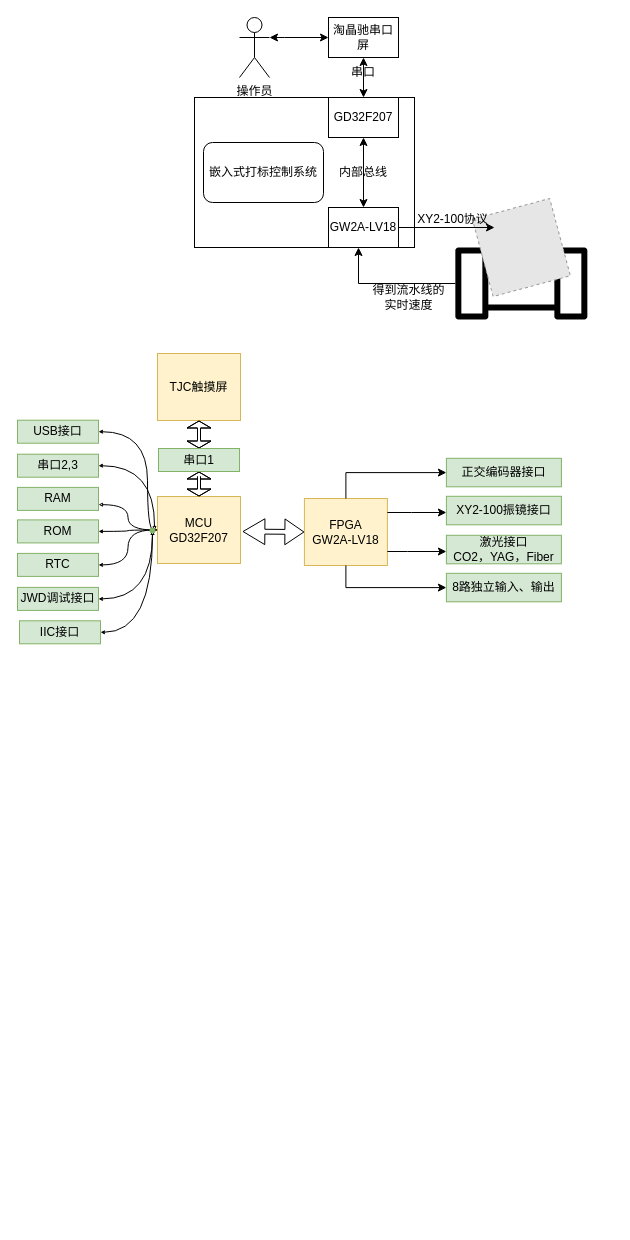
The draw.io diagram img/未命名绘图.drawio in ForestLH/imghost, before the edit. Source tidied: cells renumbered, new cells numbered last; positions are measured from the earlier drawing's top-left corner, leaving out a move shared by most shapes. Both pictures are drawn from the tidied source at 100%, with x=0, y=0 at pixel (17, 17). Pictures stored in the file or linked from it are replaced by grey dashed boxes.
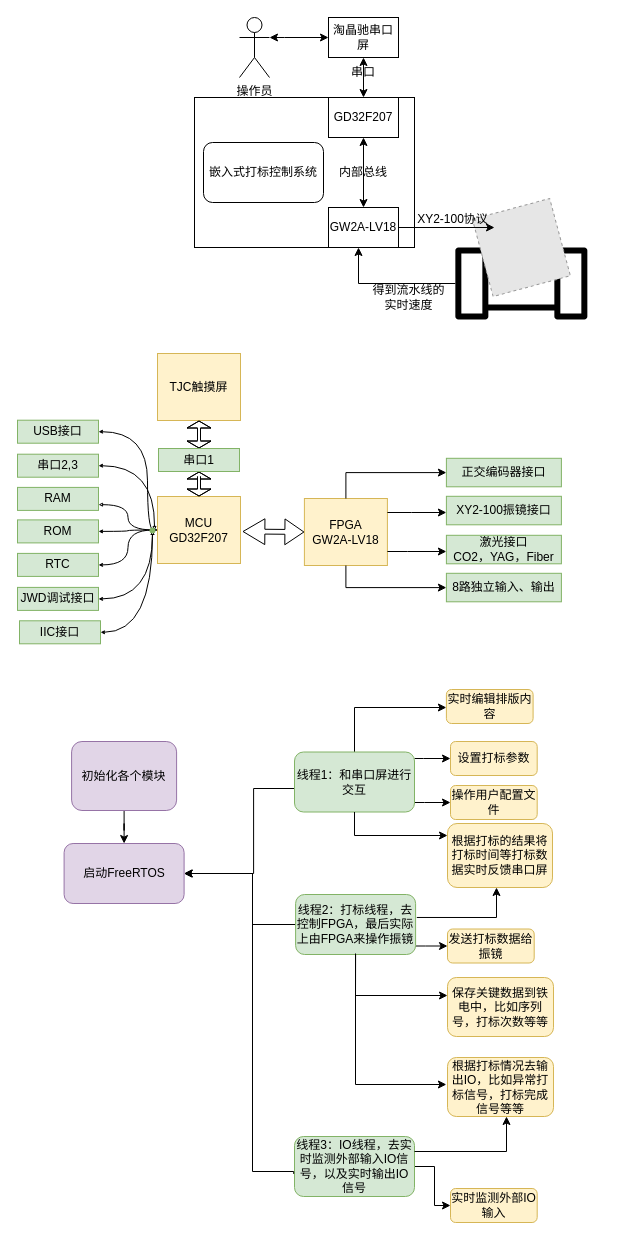
The same page after the edit.

Commit message:
更新未命名绘图.drawio

What changed in the source:
```diff
@@
+    <mxCell id="50" style="edgeStyle=orthogonalEdgeStyle;rounded=0;jettySize=auto;html=1;" parent="1" edge="1" source="51" target="52">
+      <mxGeometry relative="1" as="geometry" />
+    </mxCell>
+    <mxCell id="51" value="初始化各个模块" style="rounded=1;whiteSpace=wrap;html=1;fillColor=#e1d5e7;strokeColor=#9673a6;" parent="1" vertex="1">
+      <mxGeometry x="54.1" y="724" width="105" height="69" as="geometry" />
+    </mxCell>
+    <mxCell id="52" value="启动FreeRTOS" style="whiteSpace=wrap;html=1;fillColor=#e1d5e7;strokeColor=#9673a6;rounded=1;" parent="1" vertex="1">
+      <mxGeometry x="46.6" y="826" width="120" height="60" as="geometry" />
+    </mxCell>
+    <mxCell id="53" style="edgeStyle=orthogonalEdgeStyle;rounded=0;jettySize=auto;html=1;" parent="1" edge="1" source="57" target="52">
+      <mxGeometry relative="1" as="geometry">
+        <Array as="points">
+          <mxPoint x="236.1" y="771" />
+          <mxPoint x="236.1" y="856" />
+        </Array>
+      </mxGeometry>
+    </mxCell>
+    <mxCell id="54" style="edgeStyle=orthogonalEdgeStyle;rounded=0;jettySize=auto;html=1;" parent="1" edge="1" source="57" target="64">
+      <mxGeometry relative="1" as="geometry">
+        <Array as="points">
+          <mxPoint x="337" y="690" />
+        </Array>
+      </mxGeometry>
+    </mxCell>
+    <mxCell id="55" style="edgeStyle=orthogonalEdgeStyle;rounded=0;jettySize=auto;html=1;" parent="1" edge="1" source="57" target="65">
+      <mxGeometry relative="1" as="geometry">
+        <Array as="points">
+          <mxPoint x="406" y="741" />
+          <mxPoint x="406" y="741" />
+        </Array>
+      </mxGeometry>
+    </mxCell>
+    <mxCell id="56" style="edgeStyle=orthogonalEdgeStyle;rounded=0;jettySize=auto;html=1;" parent="1" edge="1" source="57" target="66">
+      <mxGeometry relative="1" as="geometry">
+        <Array as="points">
+          <mxPoint x="407" y="785" />
+          <mxPoint x="407" y="785" />
+        </Array>
+      </mxGeometry>
+    </mxCell>
+    <mxCell id="57" value="线程1：和串口屏进行交互" style="whiteSpace=wrap;html=1;fillColor=#d5e8d4;strokeColor=#82b366;rounded=1;" parent="1" vertex="1">
+      <mxGeometry x="277" y="734.5" width="120" height="60" as="geometry" />
+    </mxCell>
+    <mxCell id="58" style="edgeStyle=orthogonalEdgeStyle;rounded=0;jettySize=auto;html=1;" parent="1" edge="1" source="60" target="52">
+      <mxGeometry relative="1" as="geometry">
+        <Array as="points">
+          <mxPoint x="235" y="907" />
+          <mxPoint x="235" y="856" />
+        </Array>
+      </mxGeometry>
+    </mxCell>
+    <mxCell id="59" style="edgeStyle=orthogonalEdgeStyle;rounded=0;jettySize=auto;html=1;" parent="1" edge="1" source="60" target="68">
+      <mxGeometry relative="1" as="geometry">
+        <Array as="points">
+          <mxPoint x="408.1" y="928.5" />
+          <mxPoint x="408.1" y="928.5" />
+        </Array>
+      </mxGeometry>
+    </mxCell>
+    <mxCell id="60" value="线程2：打标线程，去控制FPGA，最后实际上由FPGA来操作振镜" style="whiteSpace=wrap;html=1;fillColor=#d5e8d4;strokeColor=#82b366;rounded=1;" parent="1" vertex="1">
+      <mxGeometry x="278.1" y="877" width="120" height="60" as="geometry" />
+    </mxCell>
+    <mxCell id="61" style="edgeStyle=orthogonalEdgeStyle;rounded=0;jettySize=auto;html=1;" parent="1" edge="1" source="62" target="67">
+      <mxGeometry relative="1" as="geometry" />
+    </mxCell>
+    <mxCell id="62" value="线程3：IO线程，去实时监测外部输入IO信号，以及实时输出IO信号" style="whiteSpace=wrap;html=1;fillColor=#d5e8d4;strokeColor=#82b366;rounded=1;" parent="1" vertex="1">
+      <mxGeometry x="277" y="1119" width="120" height="60" as="geometry" />
+    </mxCell>
+    <mxCell id="63" style="edgeStyle=orthogonalEdgeStyle;rounded=0;jettySize=auto;html=1;exitX=-0.007;exitY=0.623;exitDx=0;exitDy=0;exitPerimeter=0;" parent="1" edge="1" source="62" target="52">
+      <mxGeometry relative="1" as="geometry">
+        <Array as="points">
+          <mxPoint x="276" y="1154" />
+          <mxPoint x="235" y="1154" />
+          <mxPoint x="235" y="856" />
+        </Array>
+      </mxGeometry>
+    </mxCell>
+    <mxCell id="64" value="实时编辑排版内容" style="whiteSpace=wrap;html=1;fillColor=#fff2cc;strokeColor=#d6b656;rounded=1;" parent="1" vertex="1">
+      <mxGeometry x="428.9" y="672" width="86.7" height="34" as="geometry" />
+    </mxCell>
+    <mxCell id="65" value="设置打标参数" style="whiteSpace=wrap;html=1;fillColor=#fff2cc;strokeColor=#d6b656;rounded=1;" parent="1" vertex="1">
+      <mxGeometry x="433" y="724" width="86.7" height="34" as="geometry" />
+    </mxCell>
+    <mxCell id="66" value="操作用户配置文件" style="whiteSpace=wrap;html=1;fillColor=#fff2cc;strokeColor=#d6b656;rounded=1;" parent="1" vertex="1">
+      <mxGeometry x="433" y="768" width="86.7" height="34" as="geometry" />
+    </mxCell>
+    <mxCell id="67" value="实时监测外部IO输入" style="whiteSpace=wrap;html=1;fillColor=#fff2cc;strokeColor=#d6b656;rounded=1;" parent="1" vertex="1">
+      <mxGeometry x="433" y="1171" width="86.7" height="34" as="geometry" />
+    </mxCell>
+    <mxCell id="68" value="发送打标数据给振镜" style="whiteSpace=wrap;html=1;fillColor=#fff2cc;strokeColor=#d6b656;rounded=1;" parent="1" vertex="1">
+      <mxGeometry x="430" y="911.5" width="86.7" height="34" as="geometry" />
+    </mxCell>
+    <mxCell id="69" value="根据打标的结果将打标时间等打标数据实时反馈串口屏" style="whiteSpace=wrap;html=1;fillColor=#fff2cc;strokeColor=#d6b656;rounded=1;" parent="1" vertex="1">
+      <mxGeometry x="430" y="806" width="105" height="64" as="geometry" />
+    </mxCell>
+    <mxCell id="70" style="endArrow=classic;html=1;rounded=0;" parent="1" edge="1" source="57">
+      <mxGeometry relative="1" as="geometry">
+        <mxPoint x="430" y="818" as="targetPoint" />
+        <Array as="points">
+          <mxPoint x="337" y="818" />
+        </Array>
+      </mxGeometry>
+    </mxCell>
+    <mxCell id="71" style="endArrow=classic;html=1;rounded=0;exitX=1.01;exitY=0.383;exitDx=0;exitDy=0;exitPerimeter=0;" parent="1" edge="1" source="60">
+      <mxGeometry relative="1" as="geometry">
+        <mxPoint x="479" y="870" as="targetPoint" />
+        <Array as="points">
+          <mxPoint x="479" y="900" />
+        </Array>
+      </mxGeometry>
+    </mxCell>
+    <mxCell id="72" value="保存关键数据到铁电中，比如序列号，打标次数等等" style="whiteSpace=wrap;html=1;fillColor=#fff2cc;strokeColor=#d6b656;rounded=1;" parent="1" vertex="1">
+      <mxGeometry x="430" y="960" width="106" height="59" as="geometry" />
+    </mxCell>
+    <mxCell id="73" style="endArrow=classic;html=1;rounded=0;exitX=0.5;exitY=1;exitDx=0;exitDy=0;" parent="1" edge="1" source="60">
+      <mxGeometry relative="1" as="geometry">
+        <mxPoint x="430" y="978" as="targetPoint" />
+        <Array as="points">
+          <mxPoint x="338" y="978" />
+        </Array>
+      </mxGeometry>
+    </mxCell>
+    <mxCell id="74" value="根据打标情况去输出IO，比如异常打标信号，打标完成信号等等" style="whiteSpace=wrap;html=1;fillColor=#fff2cc;strokeColor=#d6b656;rounded=1;" parent="1" vertex="1">
+      <mxGeometry x="430" y="1040" width="106" height="59" as="geometry" />
+    </mxCell>
+    <mxCell id="75" style="endArrow=classic;html=1;rounded=0;" parent="1" edge="1">
+      <mxGeometry relative="1" as="geometry">
+        <mxPoint x="338" y="936" as="sourcePoint" />
+        <mxPoint x="428.9" y="1067" as="targetPoint" />
+        <Array as="points">
+          <mxPoint x="338" y="1067" />
+        </Array>
+      </mxGeometry>
+    </mxCell>
+    <mxCell id="76" style="endArrow=classic;html=1;rounded=0;exitX=1;exitY=0.25;exitDx=0;exitDy=0;" parent="1" edge="1" source="62">
+      <mxGeometry relative="1" as="geometry">
+        <mxPoint x="489" y="1099" as="targetPoint" />
+        <Array as="points">
+          <mxPoint x="489" y="1134" />
+        </Array>
+      </mxGeometry>
+    </mxCell>
```
